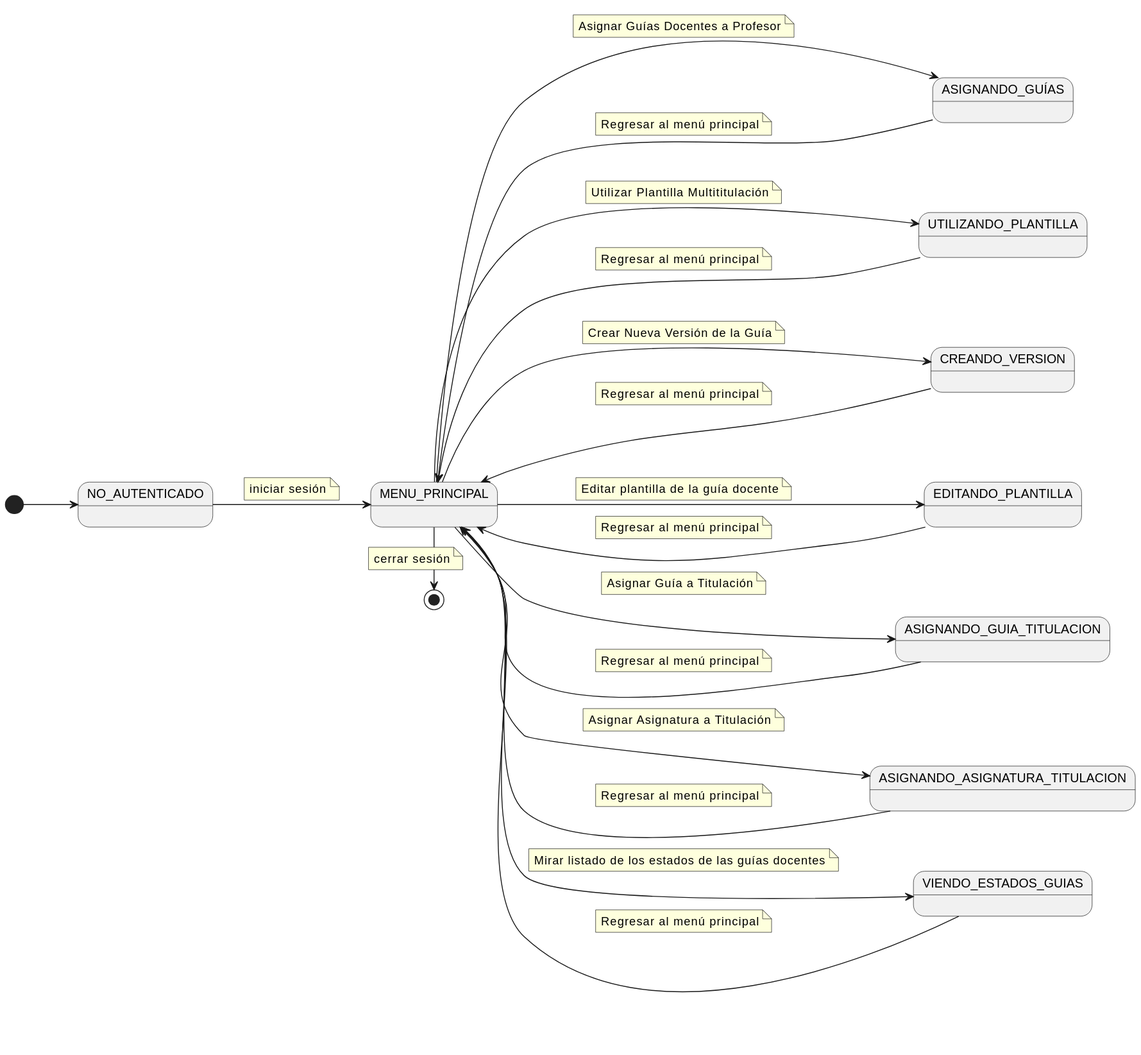
mmasias/24-25-IdSw1-SDR keeps this PlantUML diagram as images/modelosUML/DiagramasContexto/DiagramaDeContextoTecnicoDeCalidad.svg. Above is the earlier version.
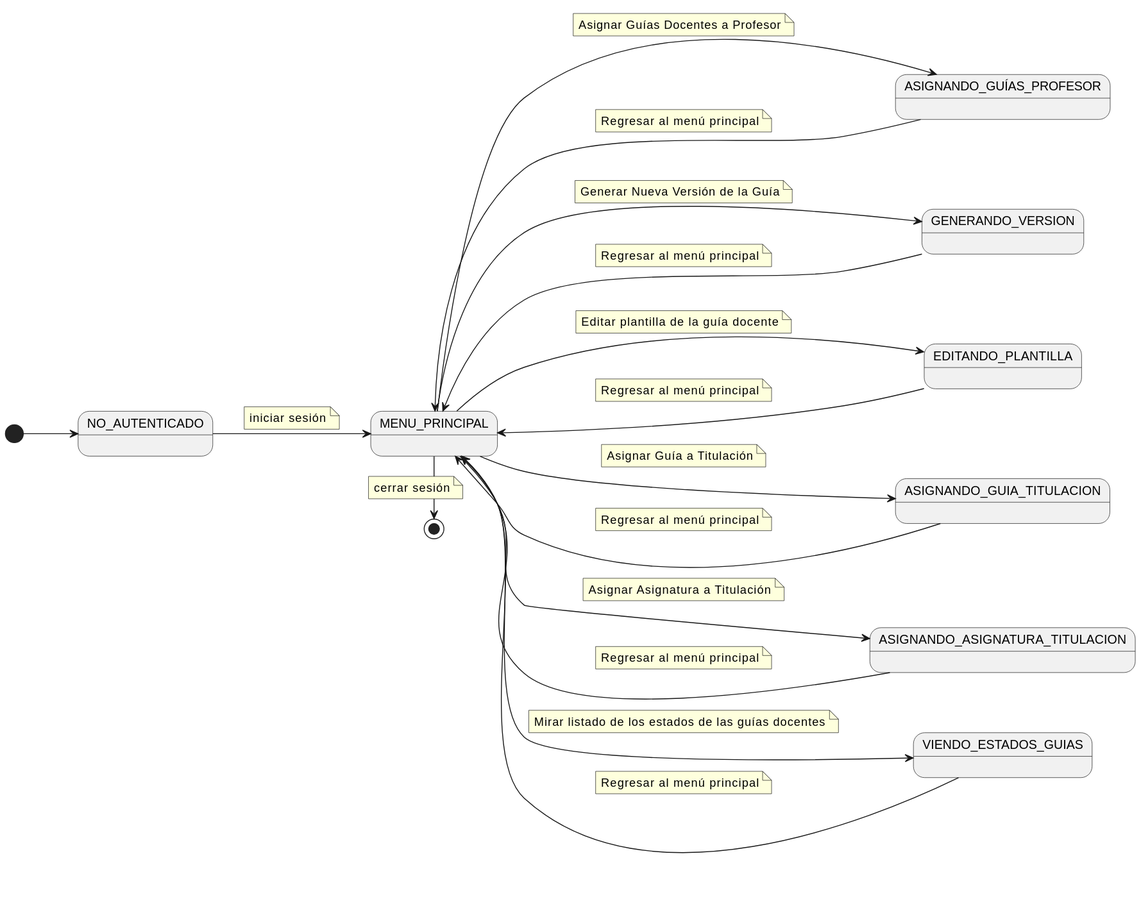
Above is the later version.

Commit message:
fix diagrama de contexto tecnico de calidad

What changed in the source:
```diff
@@ -2,9 +2,8 @@
 left to right direction
 state "NO_AUTENTICADO" as NoAutenticado
 state "MENU_PRINCIPAL" as MenuPrincipal
-state "ASIGNANDO_GUÍAS" as AsignandoGuias
-state "UTILIZANDO_PLANTILLA" as UtilizandoPlantilla
-state "CREANDO_VERSION" as CreandoVersion
+state "ASIGNANDO_GUÍAS_PROFESOR" as AsignandoGuias
+state "GENERANDO_VERSION" as CreandoVersion
 state "EDITANDO_PLANTILLA" as EditandoPlantilla
 state "ASIGNANDO_GUIA_TITULACION" as AsignandoGuiaTitulacion
 state "ASIGNANDO_ASIGNATURA_TITULACION" as AsignandoAsignaturaTitulacion
@@ -31,18 +30,11 @@
     Regresar al menú principal
 end note
 
-MenuPrincipal --> UtilizandoPlantilla
-note on link
-    Utilizar Plantilla Multititulación
-end note
-UtilizandoPlantilla --> MenuPrincipal
-note on link
-    Regresar al menú principal
-end note
+
 
 MenuPrincipal --> CreandoVersion
 note on link
-    Crear Nueva Versión de la Guía
+    Generar Nueva Versión de la Guía
 end note
 CreandoVersion --> MenuPrincipal
 note on link
```
